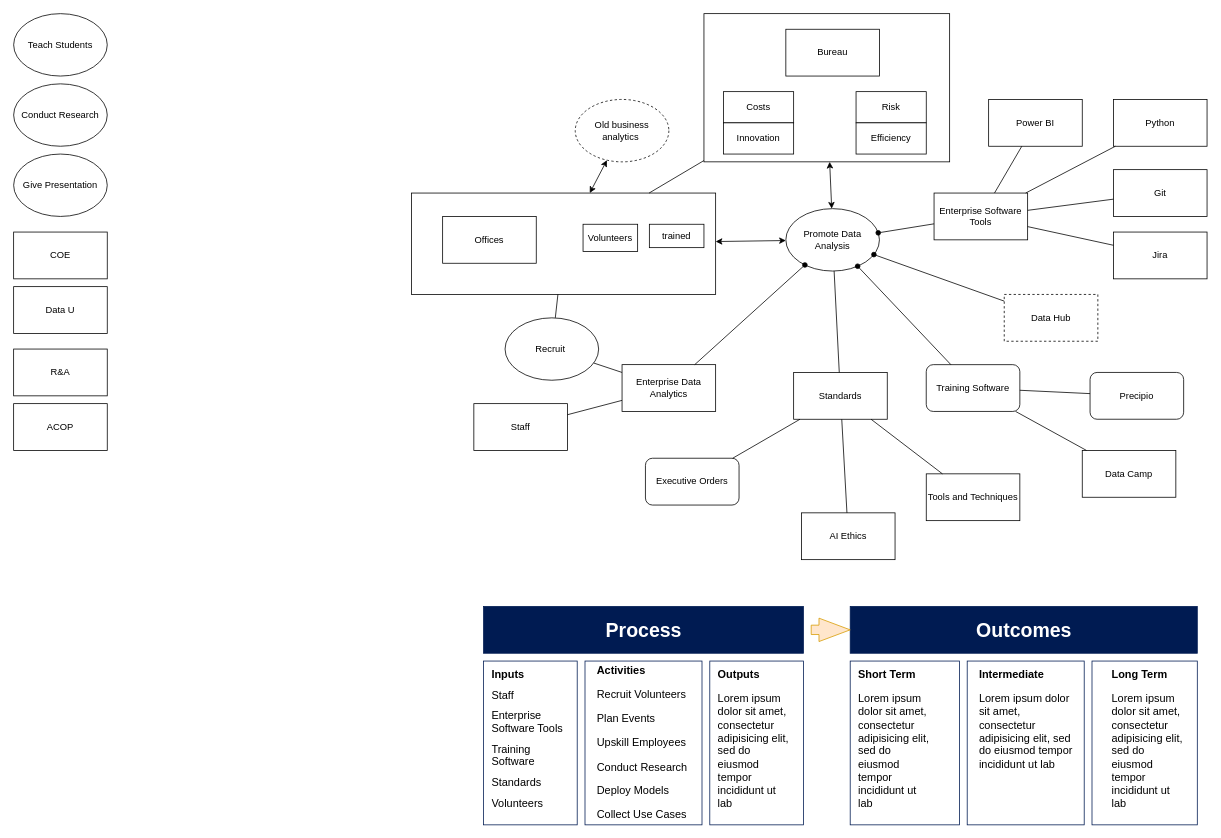
Above: visuals/notional.drawio in skeller01/data_projects_course (draw.io), before the change. Source tidied: cells renumbered, new cells numbered last; positions are measured from the earlier drawing's top-left corner, leaving out a move shared by most shapes. Both pictures are drawn from the tidied source at 78%, with x=0, y=0 at pixel (13, 13).
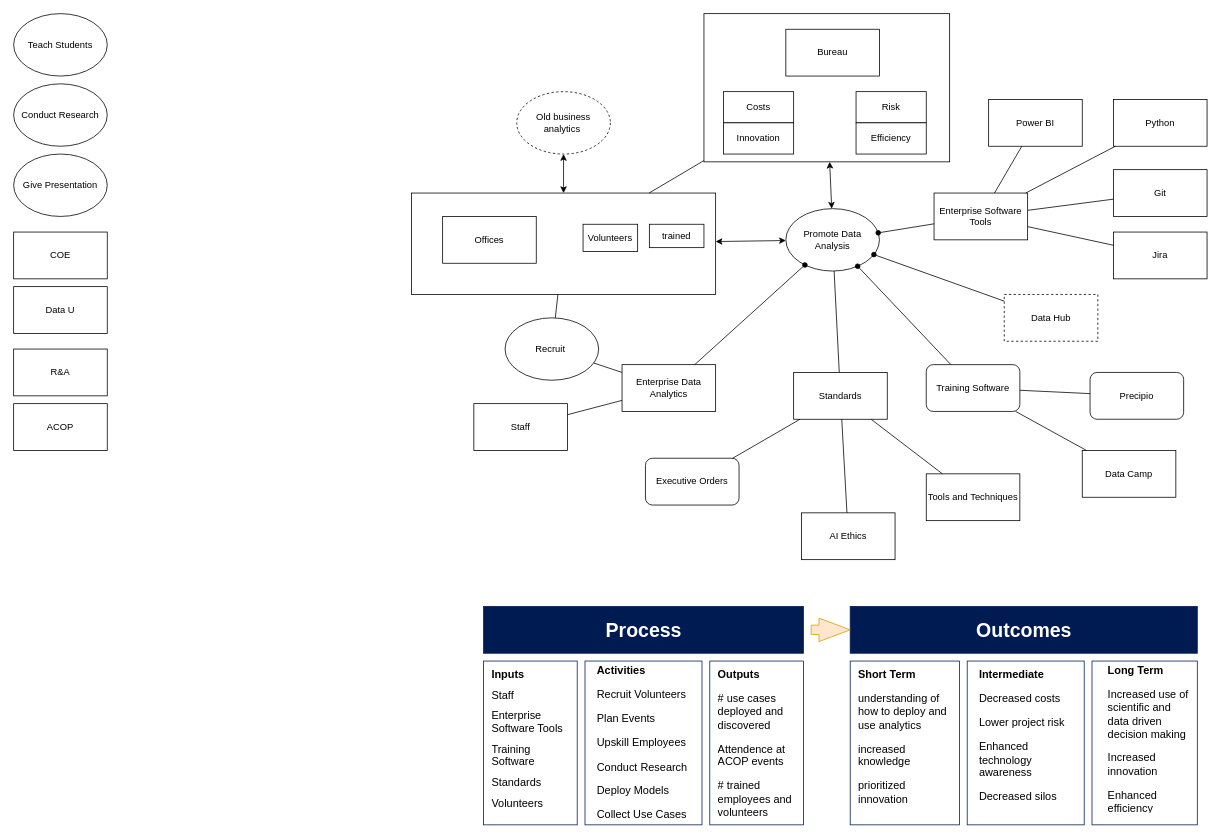
The same page after the edit.

Commit message (it also covers changes not shown here):
work on notional drawing

What changed in the source:
```diff
@@
     <mxCell id="32" value="Old business analytics&amp;nbsp;" style="ellipse;whiteSpace=wrap;html=1;dashed=1;" parent="1" vertex="1">
-      <mxGeometry x="720" y="110" width="120" height="80" as="geometry" />
+      <mxGeometry x="645" y="100" width="120" height="80" as="geometry" />
     </mxCell>
@@
-    <mxCell id="65" value="&lt;h1 style=&quot;font-size: 14px;&quot;&gt;&lt;font style=&quot;font-size: 14px;&quot; color=&quot;#000000&quot;&gt;Outputs&lt;/font&gt;&lt;/h1&gt;&lt;p style=&quot;font-size: 14px;&quot;&gt;&lt;font style=&quot;font-size: 14px;&quot; color=&quot;#000000&quot;&gt;Lorem ipsum dolor sit amet, consectetur adipisicing elit, sed do eiusmod tempor incididunt ut lab&lt;/font&gt;&lt;/p&gt;" style="text;html=1;strokeColor=none;fillColor=none;spacing=5;spacingTop=-20;whiteSpace=wrap;overflow=hidden;rounded=0;fontSize=25;fontColor=#FFFFFF;" parent="1" vertex="1">
+    <mxCell id="65" value="&lt;h1 style=&quot;font-size: 14px;&quot;&gt;&lt;font style=&quot;font-size: 14px;&quot; color=&quot;#000000&quot;&gt;Outputs&lt;/font&gt;&lt;/h1&gt;&lt;p style=&quot;font-size: 14px;&quot;&gt;&lt;font style=&quot;font-size: 14px;&quot; color=&quot;#000000&quot;&gt;# use cases deployed and discovered&lt;/font&gt;&lt;/p&gt;&lt;p style=&quot;font-size: 14px;&quot;&gt;&lt;font style=&quot;font-size: 14px;&quot; color=&quot;#000000&quot;&gt;Attendence at ACOP events&amp;nbsp;&lt;/font&gt;&lt;/p&gt;&lt;p style=&quot;font-size: 14px;&quot;&gt;&lt;font style=&quot;font-size: 14px;&quot; color=&quot;#000000&quot;&gt;# trained&amp;nbsp; employees and volunteers&lt;/font&gt;&lt;/p&gt;" style="text;html=1;strokeColor=none;fillColor=none;spacing=5;spacingTop=-20;whiteSpace=wrap;overflow=hidden;rounded=0;fontSize=25;fontColor=#FFFFFF;" parent="1" vertex="1">
       <mxGeometry x="897.5" y="840" width="105" height="190" as="geometry" />
     </mxCell>
@@
-    <mxCell id="67" value="&lt;h1 style=&quot;font-size: 14px;&quot;&gt;&lt;font style=&quot;font-size: 14px;&quot; color=&quot;#000000&quot;&gt;Short Term&lt;/font&gt;&lt;/h1&gt;&lt;p style=&quot;font-size: 14px;&quot;&gt;&lt;font style=&quot;font-size: 14px;&quot; color=&quot;#000000&quot;&gt;Lorem ipsum dolor sit amet, consectetur adipisicing elit, sed do eiusmod tempor incididunt ut lab&lt;/font&gt;&lt;/p&gt;" style="text;html=1;strokeColor=none;fillColor=none;spacing=5;spacingTop=-20;whiteSpace=wrap;overflow=hidden;rounded=0;fontSize=25;fontColor=#FFFFFF;" parent="1" vertex="1">
-      <mxGeometry x="1077.5" y="840" width="105" height="190" as="geometry" />
+    <mxCell id="67" value="&lt;h1 style=&quot;font-size: 14px;&quot;&gt;&lt;font style=&quot;font-size: 14px;&quot; color=&quot;#000000&quot;&gt;Short Term&lt;/font&gt;&lt;/h1&gt;&lt;p style=&quot;font-size: 14px;&quot;&gt;&lt;font style=&quot;font-size: 14px;&quot; color=&quot;#000000&quot;&gt;understanding of how to deploy and use analytics&amp;nbsp;&lt;/font&gt;&lt;/p&gt;&lt;p style=&quot;font-size: 14px;&quot;&gt;&lt;font style=&quot;font-size: 14px;&quot; color=&quot;#000000&quot;&gt;increased knowledge&amp;nbsp;&lt;/font&gt;&lt;/p&gt;&lt;p style=&quot;font-size: 14px;&quot;&gt;&lt;font style=&quot;font-size: 14px;&quot; color=&quot;#000000&quot;&gt;prioritized innovation&lt;/font&gt;&lt;/p&gt;" style="text;html=1;strokeColor=none;fillColor=none;spacing=5;spacingTop=-20;whiteSpace=wrap;overflow=hidden;rounded=0;fontSize=25;fontColor=#FFFFFF;" parent="1" vertex="1">
+      <mxGeometry x="1077.5" y="840" width="122.5" height="190" as="geometry" />
     </mxCell>
@@
-    <mxCell id="69" value="&lt;h1 style=&quot;font-size: 14px;&quot;&gt;&lt;font style=&quot;font-size: 14px;&quot; color=&quot;#000000&quot;&gt;Intermediate&lt;/font&gt;&lt;/h1&gt;&lt;p style=&quot;font-size: 14px;&quot;&gt;&lt;font style=&quot;font-size: 14px;&quot; color=&quot;#000000&quot;&gt;Lorem ipsum dolor sit amet, consectetur adipisicing elit, sed do eiusmod tempor incididunt ut lab&lt;/font&gt;&lt;/p&gt;" style="text;html=1;strokeColor=none;fillColor=none;spacing=5;spacingTop=-20;whiteSpace=wrap;overflow=hidden;rounded=0;fontSize=25;fontColor=#FFFFFF;" parent="1" vertex="1">
+    <mxCell id="69" value="&lt;h1 style=&quot;font-size: 14px;&quot;&gt;&lt;font style=&quot;font-size: 14px;&quot; color=&quot;#000000&quot;&gt;Intermediate&lt;/font&gt;&lt;/h1&gt;&lt;p style=&quot;font-size: 14px;&quot;&gt;&lt;font color=&quot;#000000&quot;&gt;Decreased costs&lt;/font&gt;&lt;/p&gt;&lt;p style=&quot;font-size: 14px;&quot;&gt;&lt;font color=&quot;#000000&quot;&gt;Lower project risk&lt;/font&gt;&lt;/p&gt;&lt;p style=&quot;font-size: 14px;&quot;&gt;&lt;font color=&quot;#000000&quot;&gt;Enhanced technology awareness&lt;/font&gt;&lt;/p&gt;&lt;p style=&quot;font-size: 14px;&quot;&gt;&lt;font color=&quot;#000000&quot;&gt;Decreased silos&amp;nbsp;&lt;/font&gt;&lt;/p&gt;" style="text;html=1;strokeColor=none;fillColor=none;spacing=5;spacingTop=-20;whiteSpace=wrap;overflow=hidden;rounded=0;fontSize=25;fontColor=#FFFFFF;" parent="1" vertex="1">
       <mxGeometry x="1232.5" y="840" width="130" height="190" as="geometry" />
     </mxCell>
@@
-    <mxCell id="71" value="&lt;h1 style=&quot;font-size: 14px;&quot;&gt;&lt;font style=&quot;font-size: 14px;&quot; color=&quot;#000000&quot;&gt;Long Term&lt;/font&gt;&lt;/h1&gt;&lt;p style=&quot;font-size: 14px;&quot;&gt;&lt;font style=&quot;font-size: 14px;&quot; color=&quot;#000000&quot;&gt;Lorem ipsum dolor sit amet, consectetur adipisicing elit, sed do eiusmod tempor incididunt ut lab&lt;/font&gt;&lt;/p&gt;" style="text;html=1;strokeColor=none;fillColor=none;spacing=5;spacingTop=-20;whiteSpace=wrap;overflow=hidden;rounded=0;fontSize=25;fontColor=#FFFFFF;" parent="1" vertex="1">
-      <mxGeometry x="1402.5" y="840" width="105" height="190" as="geometry" />
+    <mxCell id="71" value="&lt;h1 style=&quot;font-size: 14px;&quot;&gt;&lt;font style=&quot;font-size: 14px;&quot; color=&quot;#000000&quot;&gt;Long Term&lt;/font&gt;&lt;/h1&gt;&lt;p style=&quot;font-size: 14px;&quot;&gt;&lt;font style=&quot;font-size: 14px;&quot; color=&quot;#000000&quot;&gt;Increased use of scientific and data driven decision making&lt;/font&gt;&lt;/p&gt;&lt;p style=&quot;font-size: 14px;&quot;&gt;&lt;font style=&quot;font-size: 14px;&quot; color=&quot;#000000&quot;&gt;Increased innovation&lt;/font&gt;&lt;/p&gt;&lt;p style=&quot;font-size: 14px;&quot;&gt;&lt;font color=&quot;#000000&quot;&gt;Enhanced efficiency&lt;/font&gt;&lt;/p&gt;" style="text;html=1;strokeColor=none;fillColor=none;spacing=5;spacingTop=-20;whiteSpace=wrap;overflow=hidden;rounded=0;fontSize=25;fontColor=#FFFFFF;" parent="1" vertex="1">
+      <mxGeometry x="1397.5" y="835" width="112.5" height="190" as="geometry" />
     </mxCell>
```
